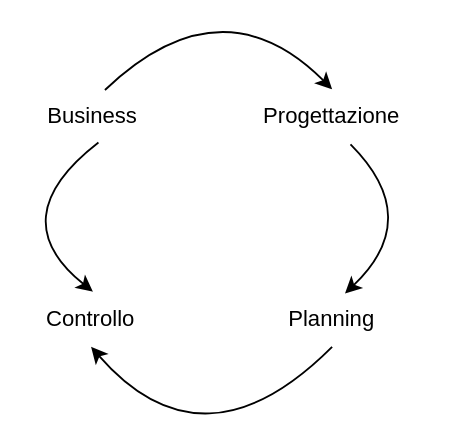
The draw.io diagram Terzo Anno/Automazione/Latex src file/images/sistSupp.drawio in CasuFrost/University_notes, before the edit. Source tidied: cells renumbered, new cells numbered last; positions are measured from the earlier drawing's top-left corner, leaving out a move shared by most shapes. Both pictures are drawn from the tidied source at 184%, with x=0, y=0 at pixel (0, -22).
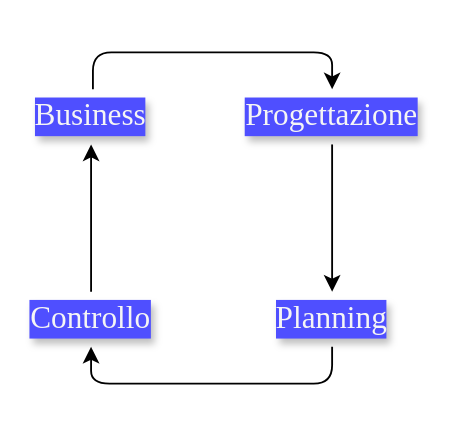
The same diagram, later.

What changed in the source:
```diff
@@
 <mxGraphModel>
   <root>
     <mxCell id="0" />
     <mxCell id="1" parent="0" />
+    <mxCell id="8" style="edgeStyle=orthogonalEdgeStyle;rounded=1;jettySize=auto;html=1;entryX=0.5;entryY=0;entryDx=0;entryDy=0;curved=0;" parent="1" edge="1" source="2" target="3">
+      <mxGeometry relative="1" as="geometry">
+        <Array as="points">
+          <mxPoint x="50" y="40" />
+          <mxPoint x="180" y="40" />
+        </Array>
+      </mxGeometry>
+    </mxCell>
-    <mxCell id="2" value="Business" style="text;html=1;align=center;verticalAlign=middle;whiteSpace=wrap;rounded=0;" parent="1" vertex="1">
-      <mxGeometry x="20" y="60" width="60" height="30" as="geometry" />
+    <mxCell id="2" value="Business" style="text;html=1;align=center;verticalAlign=middle;whiteSpace=wrap;rounded=0;fontFamily=Times New Roman;fontSize=17;labelBorderColor=none;textShadow=1;labelBackgroundColor=#4F4FFF;fontColor=#F5F5F5;" parent="1" vertex="1">
+      <mxGeometry x="19" y="60" width="60" height="30" as="geometry" />
     </mxCell>
+    <mxCell id="10" style="edgeStyle=orthogonalEdgeStyle;rounded=0;jettySize=auto;html=1;" parent="1" edge="1" source="3" target="5">
+      <mxGeometry relative="1" as="geometry" />
+    </mxCell>
-    <mxCell id="3" value="Progettazione" style="text;html=1;align=center;verticalAlign=middle;whiteSpace=wrap;rounded=0;" parent="1" vertex="1">
+    <mxCell id="3" value="Progettazione" style="text;html=1;align=center;verticalAlign=middle;whiteSpace=wrap;rounded=0;fontFamily=Times New Roman;fontSize=17;labelBorderColor=none;textShadow=1;labelBackgroundColor=#4F4FFF;fontColor=#F5F5F5;" parent="1" vertex="1">
       <mxGeometry x="150" y="60" width="60" height="30" as="geometry" />
     </mxCell>
+    <mxCell id="11" style="edgeStyle=orthogonalEdgeStyle;rounded=0;jettySize=auto;html=1;entryX=0.5;entryY=1;entryDx=0;entryDy=0;" parent="1" edge="1" source="4" target="2">
+      <mxGeometry relative="1" as="geometry" />
+    </mxCell>
-    <mxCell id="4" value="Controllo" style="text;html=1;align=center;verticalAlign=middle;whiteSpace=wrap;rounded=0;" parent="1" vertex="1">
+    <mxCell id="4" value="Controllo" style="text;html=1;align=center;verticalAlign=middle;whiteSpace=wrap;rounded=0;fontFamily=Times New Roman;fontSize=17;labelBorderColor=none;textShadow=1;labelBackgroundColor=#4F4FFF;fontColor=#F5F5F5;" parent="1" vertex="1">
       <mxGeometry x="19" y="170" width="60" height="30" as="geometry" />
     </mxCell>
+    <mxCell id="9" style="edgeStyle=orthogonalEdgeStyle;rounded=1;jettySize=auto;html=1;entryX=0.5;entryY=1;entryDx=0;entryDy=0;curved=0;" parent="1" edge="1" source="5" target="4">
+      <mxGeometry relative="1" as="geometry">
+        <Array as="points">
+          <mxPoint x="180" y="220" />
+          <mxPoint x="49" y="220" />
+        </Array>
+      </mxGeometry>
+    </mxCell>
-    <mxCell id="5" value="Planning" style="text;html=1;align=center;verticalAlign=middle;whiteSpace=wrap;rounded=0;" parent="1" vertex="1">
+    <mxCell id="5" value="Planning" style="text;html=1;align=center;verticalAlign=middle;whiteSpace=wrap;rounded=0;fontFamily=Times New Roman;fontSize=17;labelBorderColor=none;textShadow=1;labelBackgroundColor=#4F4FFF;fontColor=#F5F5F5;" parent="1" vertex="1">
       <mxGeometry x="150" y="170" width="60" height="30" as="geometry" />
     </mxCell>
-    <mxCell id="6" style="endArrow=classic;html=1;rounded=0;exitX=0.5;exitY=1;exitDx=0;exitDy=0;entryX=0.45;entryY=0.046;entryDx=0;entryDy=0;entryPerimeter=0;curved=1;" parent="1" edge="1">
-      <mxGeometry relative="1" as="geometry">
-        <mxPoint x="53" y="89" as="sourcePoint" />
-        <mxPoint x="50" y="170" as="targetPoint" />
-        <Array as="points">
-          <mxPoint y="130" />
-        </Array>
-      </mxGeometry>
-    </mxCell>
-    <mxCell id="7" style="endArrow=classic;html=1;rounded=0;exitX=0.5;exitY=1;exitDx=0;exitDy=0;entryX=0.45;entryY=0.046;entryDx=0;entryDy=0;entryPerimeter=0;curved=1;" parent="1" edge="1">
-      <mxGeometry relative="1" as="geometry">
-        <mxPoint x="190" y="90" as="sourcePoint" />
-        <mxPoint x="187" y="171" as="targetPoint" />
-        <Array as="points">
-          <mxPoint x="230" y="130" />
-        </Array>
-      </mxGeometry>
-    </mxCell>
-    <mxCell id="8" style="endArrow=classic;html=1;rounded=0;exitX=0.609;exitY=0.014;exitDx=0;exitDy=0;entryX=0.5;entryY=0;entryDx=0;entryDy=0;curved=1;exitPerimeter=0;" parent="1" edge="1" source="2" target="3">
-      <mxGeometry relative="1" as="geometry">
-        <Array as="points">
-          <mxPoint x="120" />
-        </Array>
-      </mxGeometry>
-    </mxCell>
-    <mxCell id="9" style="endArrow=classic;html=1;rounded=0;exitX=0.5;exitY=1;exitDx=0;exitDy=0;entryX=0.5;entryY=1;entryDx=0;entryDy=0;curved=1;" parent="1" edge="1" source="5" target="4">
-      <mxGeometry relative="1" as="geometry">
-        <Array as="points">
-          <mxPoint x="110" y="270" />
-        </Array>
-      </mxGeometry>
-    </mxCell>
   </root>
 </mxGraphModel>
```
